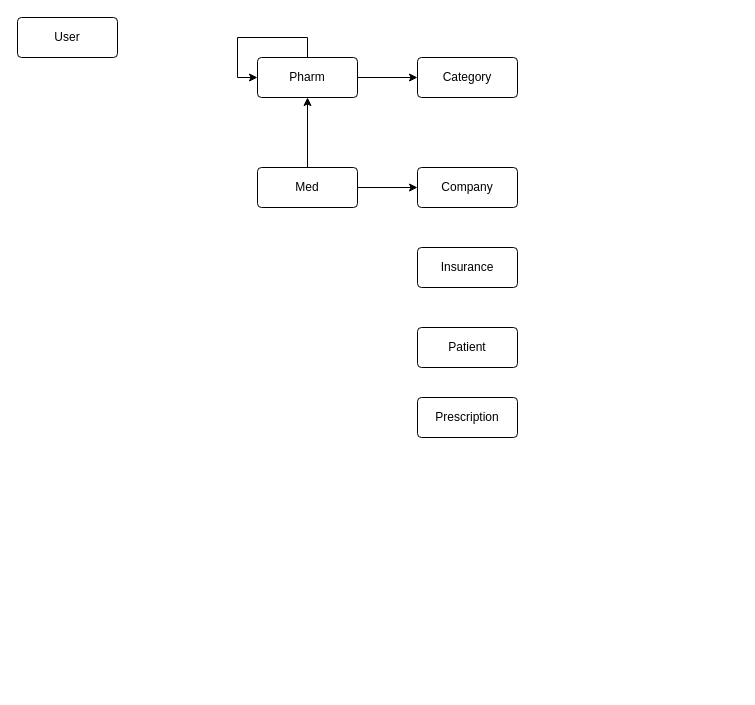
This is db_lab_pharmacy_er.drawio from amirkazemzade/pharmacy-database, a draw.io file, before an edit. Source tidied: cells renumbered, new cells numbered last; positions are measured from the earlier drawing's top-left corner, leaving out a move shared by most shapes. Both pictures are drawn from the tidied source at 100%, with x=0, y=0 at pixel (17, 17).
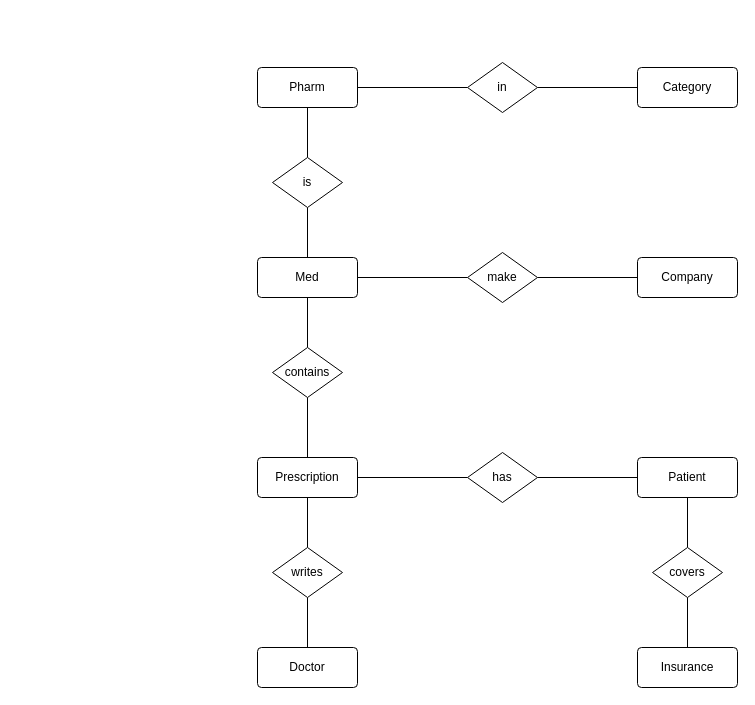
After the change.

What changed in the source:
```diff
@@
+    <mxCell id="14" style="edgeStyle=orthogonalEdgeStyle;rounded=0;jettySize=auto;html=1;endArrow=none;endFill=0;" parent="1" edge="1" source="2" target="31">
+      <mxGeometry relative="1" as="geometry" />
+    </mxCell>
-    <mxCell id="2" value="User" style="rounded=1;arcSize=10;whiteSpace=wrap;html=1;align=center;" parent="1" vertex="1">
-      <mxGeometry width="100" height="40" as="geometry" />
+    <mxCell id="2" value="Doctor" style="rounded=1;arcSize=10;whiteSpace=wrap;html=1;align=center;" parent="1" vertex="1">
+      <mxGeometry x="240" y="630" width="100" height="40" as="geometry" />
     </mxCell>
     <mxCell id="3" value="Category" style="rounded=1;arcSize=10;whiteSpace=wrap;html=1;align=center;" parent="1" vertex="1">
-      <mxGeometry x="400" y="40" width="100" height="40" as="geometry" />
+      <mxGeometry x="620" y="50" width="100" height="40" as="geometry" />
     </mxCell>
-    <mxCell id="4" style="edgeStyle=orthogonalEdgeStyle;rounded=0;jettySize=auto;html=1;" parent="1" edge="1" source="5" target="3">
-      <mxGeometry relative="1" as="geometry" />
-    </mxCell>
+    <mxCell id="15" style="edgeStyle=orthogonalEdgeStyle;rounded=0;jettySize=auto;html=1;endArrow=none;endFill=0;" parent="1" edge="1" source="5" target="20">
+      <mxGeometry relative="1" as="geometry" />
+    </mxCell>
     <mxCell id="5" value="Pharm" style="rounded=1;arcSize=10;whiteSpace=wrap;html=1;align=center;" parent="1" vertex="1">
-      <mxGeometry x="240" y="40" width="100" height="40" as="geometry" />
+      <mxGeometry x="240" y="50" width="100" height="40" as="geometry" />
     </mxCell>
-    <mxCell id="6" style="edgeStyle=orthogonalEdgeStyle;rounded=0;jettySize=auto;html=1;" parent="1" edge="1" source="8" target="5">
-      <mxGeometry relative="1" as="geometry" />
-    </mxCell>
-    <mxCell id="7" style="edgeStyle=orthogonalEdgeStyle;rounded=0;jettySize=auto;html=1;" parent="1" edge="1" source="8" target="10">
-      <mxGeometry relative="1" as="geometry" />
-    </mxCell>
+    <mxCell id="16" style="edgeStyle=orthogonalEdgeStyle;rounded=0;jettySize=auto;html=1;endArrow=none;endFill=0;" parent="1" edge="1" source="8" target="24">
+      <mxGeometry relative="1" as="geometry" />
+    </mxCell>
     <mxCell id="8" value="Med" style="rounded=1;arcSize=10;whiteSpace=wrap;html=1;align=center;" parent="1" vertex="1">
-      <mxGeometry x="240" y="150" width="100" height="40" as="geometry" />
+      <mxGeometry x="240" y="240" width="100" height="40" as="geometry" />
     </mxCell>
-    <mxCell id="9" style="edgeStyle=orthogonalEdgeStyle;rounded=0;orthogonalLoop=1;jettySize=auto;html=1;exitX=0.5;exitY=0;exitDx=0;exitDy=0;entryX=0;entryY=0.5;entryDx=0;entryDy=0;" parent="1" edge="1" source="5" target="5">
-      <mxGeometry relative="1" as="geometry">
-        <Array as="points">
-          <mxPoint x="290" y="20" />
-          <mxPoint x="220" y="20" />
-          <mxPoint x="220" y="60" />
-        </Array>
-      </mxGeometry>
-    </mxCell>
+    <mxCell id="17" style="edgeStyle=orthogonalEdgeStyle;rounded=0;jettySize=auto;html=1;endArrow=none;endFill=0;" parent="1" edge="1" source="10" target="24">
+      <mxGeometry relative="1" as="geometry" />
+    </mxCell>
     <mxCell id="10" value="Company" style="rounded=1;arcSize=10;whiteSpace=wrap;html=1;align=center;" parent="1" vertex="1">
-      <mxGeometry x="400" y="150" width="100" height="40" as="geometry" />
+      <mxGeometry x="620" y="240" width="100" height="40" as="geometry" />
     </mxCell>
     <mxCell id="11" value="Insurance" style="rounded=1;arcSize=10;whiteSpace=wrap;html=1;align=center;" parent="1" vertex="1">
-      <mxGeometry x="400" y="230" width="100" height="40" as="geometry" />
+      <mxGeometry x="620" y="630" width="100" height="40" as="geometry" />
     </mxCell>
+    <mxCell id="18" style="edgeStyle=orthogonalEdgeStyle;rounded=0;jettySize=auto;html=1;endArrow=none;endFill=0;" parent="1" edge="1" source="12" target="29">
+      <mxGeometry relative="1" as="geometry" />
+    </mxCell>
     <mxCell id="12" value="Patient" style="rounded=1;arcSize=10;whiteSpace=wrap;html=1;align=center;" parent="1" vertex="1">
-      <mxGeometry x="400" y="310" width="100" height="40" as="geometry" />
+      <mxGeometry x="620" y="440" width="100" height="40" as="geometry" />
     </mxCell>
     <mxCell id="13" value="Prescription" style="rounded=1;arcSize=10;whiteSpace=wrap;html=1;align=center;" parent="1" vertex="1">
-      <mxGeometry x="400" y="380" width="100" height="40" as="geometry" />
+      <mxGeometry x="240" y="440" width="100" height="40" as="geometry" />
     </mxCell>
+    <mxCell id="19" style="edgeStyle=orthogonalEdgeStyle;rounded=0;jettySize=auto;html=1;endArrow=none;endFill=0;" parent="1" edge="1" source="20" target="3">
+      <mxGeometry relative="1" as="geometry" />
+    </mxCell>
+    <mxCell id="20" value="in" style="shape=rhombus;perimeter=rhombusPerimeter;whiteSpace=wrap;html=1;align=center;" parent="1" vertex="1">
+      <mxGeometry x="450" y="45" width="70" height="50" as="geometry" />
+    </mxCell>
+    <mxCell id="21" style="edgeStyle=orthogonalEdgeStyle;rounded=0;jettySize=auto;html=1;endArrow=none;endFill=0;" parent="1" edge="1" source="23" target="5">
+      <mxGeometry relative="1" as="geometry" />
+    </mxCell>
+    <mxCell id="22" style="edgeStyle=orthogonalEdgeStyle;rounded=0;jettySize=auto;html=1;endArrow=none;endFill=0;" parent="1" edge="1" source="23" target="8">
+      <mxGeometry relative="1" as="geometry" />
+    </mxCell>
+    <mxCell id="23" value="is" style="shape=rhombus;perimeter=rhombusPerimeter;whiteSpace=wrap;html=1;align=center;" parent="1" vertex="1">
+      <mxGeometry x="255" y="140" width="70" height="50" as="geometry" />
+    </mxCell>
+    <mxCell id="24" value="make" style="shape=rhombus;perimeter=rhombusPerimeter;whiteSpace=wrap;html=1;align=center;" parent="1" vertex="1">
+      <mxGeometry x="450" y="235" width="70" height="50" as="geometry" />
+    </mxCell>
+    <mxCell id="25" style="edgeStyle=orthogonalEdgeStyle;rounded=0;jettySize=auto;html=1;endArrow=none;endFill=0;" parent="1" edge="1" source="27" target="8">
+      <mxGeometry relative="1" as="geometry" />
+    </mxCell>
+    <mxCell id="26" style="edgeStyle=orthogonalEdgeStyle;rounded=0;jettySize=auto;html=1;endArrow=none;endFill=0;" parent="1" edge="1" source="27" target="13">
+      <mxGeometry relative="1" as="geometry" />
+    </mxCell>
+    <mxCell id="27" value="contains" style="shape=rhombus;perimeter=rhombusPerimeter;whiteSpace=wrap;html=1;align=center;" parent="1" vertex="1">
+      <mxGeometry x="255" y="330" width="70" height="50" as="geometry" />
+    </mxCell>
+    <mxCell id="28" style="edgeStyle=orthogonalEdgeStyle;rounded=0;jettySize=auto;html=1;endArrow=none;endFill=0;" parent="1" edge="1" source="29" target="13">
+      <mxGeometry relative="1" as="geometry" />
+    </mxCell>
+    <mxCell id="29" value="has" style="shape=rhombus;perimeter=rhombusPerimeter;whiteSpace=wrap;html=1;align=center;" parent="1" vertex="1">
+      <mxGeometry x="450" y="435" width="70" height="50" as="geometry" />
+    </mxCell>
+    <mxCell id="30" style="edgeStyle=orthogonalEdgeStyle;rounded=0;jettySize=auto;html=1;endArrow=none;endFill=0;" parent="1" edge="1" source="31" target="13">
+      <mxGeometry relative="1" as="geometry" />
+    </mxCell>
+    <mxCell id="31" value="writes" style="shape=rhombus;perimeter=rhombusPerimeter;whiteSpace=wrap;html=1;align=center;" parent="1" vertex="1">
+      <mxGeometry x="255" y="530" width="70" height="50" as="geometry" />
+    </mxCell>
+    <mxCell id="32" style="edgeStyle=orthogonalEdgeStyle;rounded=0;jettySize=auto;html=1;endArrow=none;endFill=0;" parent="1" edge="1" source="34" target="12">
+      <mxGeometry relative="1" as="geometry" />
+    </mxCell>
+    <mxCell id="33" style="edgeStyle=orthogonalEdgeStyle;rounded=0;jettySize=auto;html=1;endArrow=none;endFill=0;" parent="1" edge="1" source="34" target="11">
+      <mxGeometry relative="1" as="geometry" />
+    </mxCell>
+    <mxCell id="34" value="covers" style="shape=rhombus;perimeter=rhombusPerimeter;whiteSpace=wrap;html=1;align=center;" parent="1" vertex="1">
+      <mxGeometry x="635" y="530" width="70" height="50" as="geometry" />
+    </mxCell>
```
